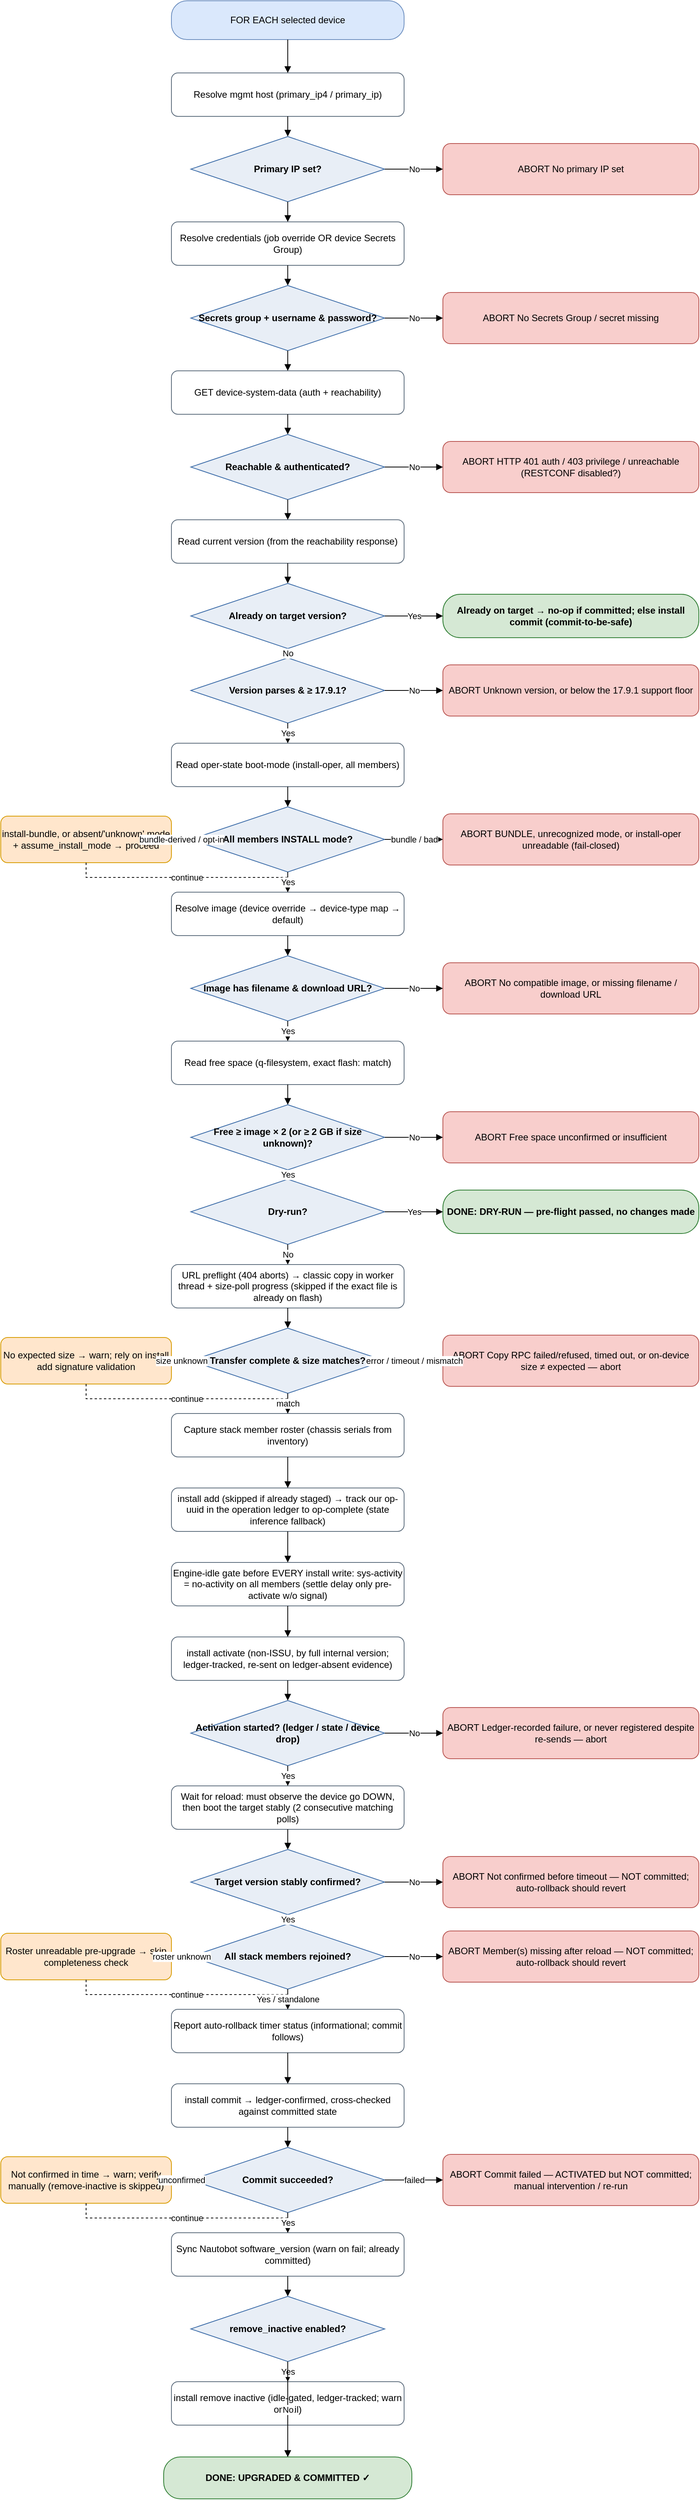
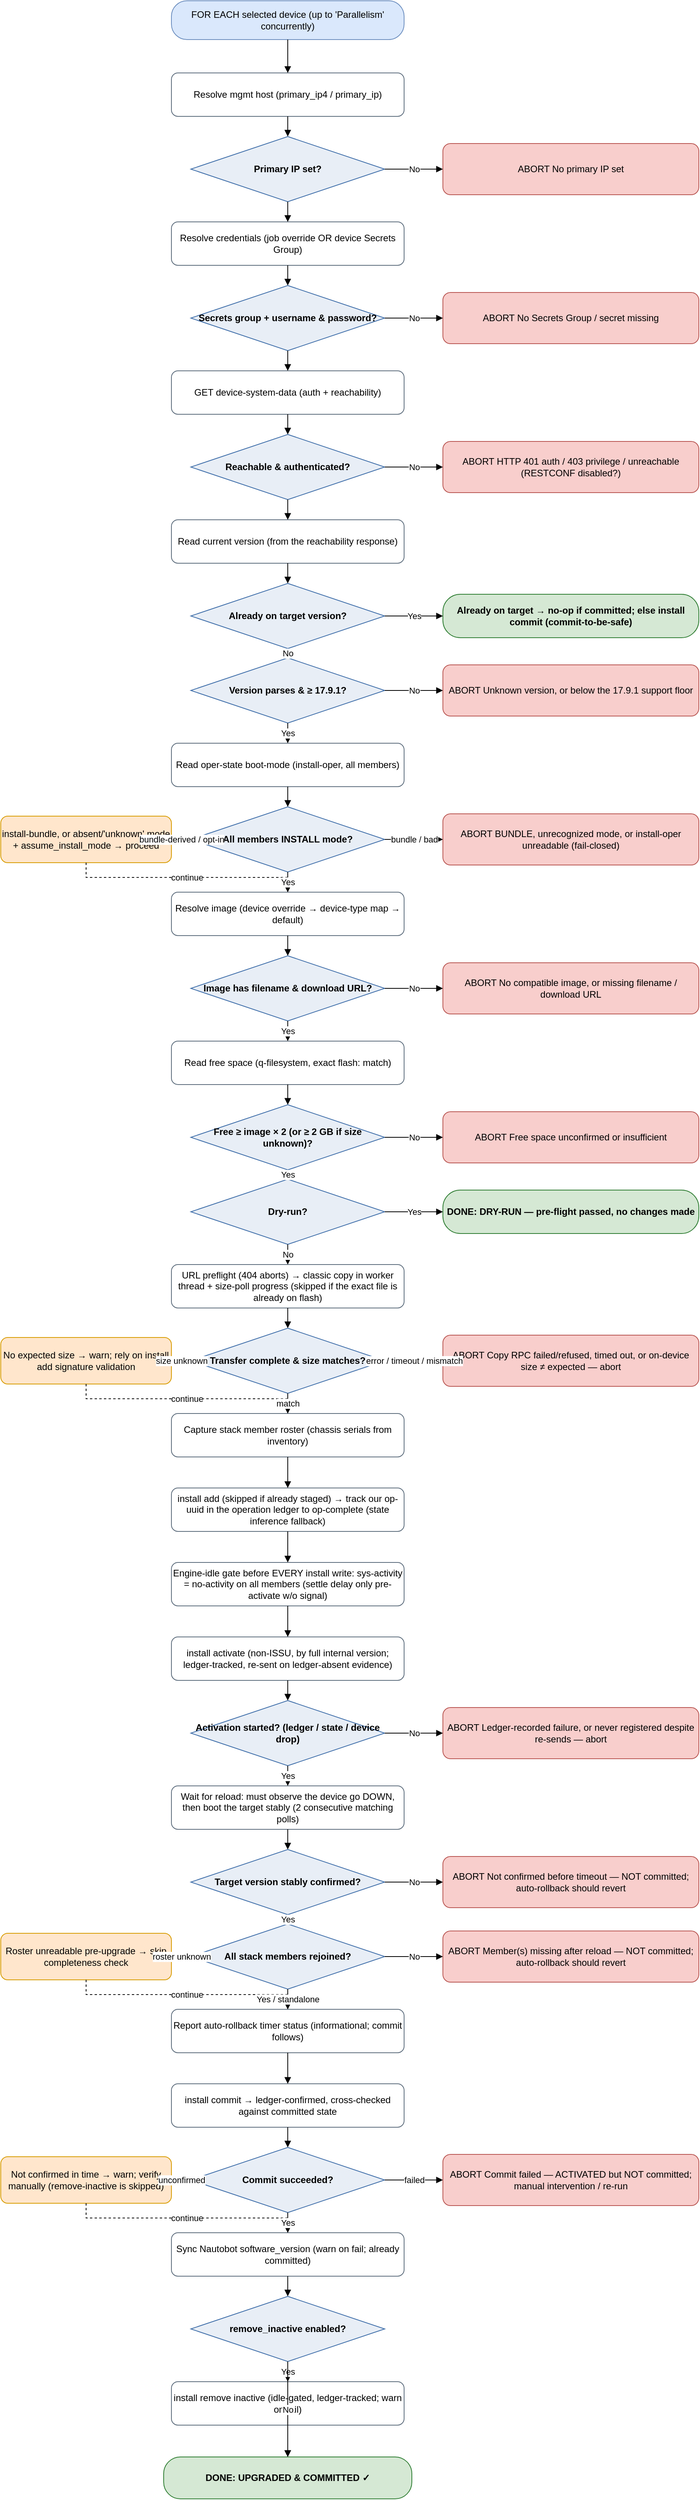
<mxfile host="app.diagrams.net" type="device">
  <diagram name="IOS-XE upgrade flow" id="iosxe-upgrade-flow">
    <mxGraphModel dx="1000" dy="2000" grid="1" gridSize="10" guides="1" tooltips="1"
        connect="1" arrows="1" fold="1" page="1" pageScale="1" math="0" shadow="0">
      <root>
        <mxCell id="0"/>
        <mxCell id="1" parent="0"/>
-         <mxCell id="start" value="FOR EACH selected device" style="rounded=1;arcSize=40;whiteSpace=wrap;html=1;fillColor=#DAE8FC;strokeColor=#6C8EBF;" vertex="1" parent="1"><mxGeometry x="250" y="31" width="300" height="50" as="geometry"/></mxCell>
+         <mxCell id="start" value="FOR EACH selected device&amp;#10;(up to &#x27;Parallelism&#x27; concurrently)" style="rounded=1;arcSize=40;whiteSpace=wrap;html=1;fillColor=#DAE8FC;strokeColor=#6C8EBF;" vertex="1" parent="1"><mxGeometry x="250" y="31" width="300" height="50" as="geometry"/></mxCell>
        <mxCell id="host" value="Resolve mgmt host&amp;#10;(primary_ip4 / primary_ip)" style="rounded=1;whiteSpace=wrap;html=1;fillColor=#FFFFFF;strokeColor=#5B6B7B;" vertex="1" parent="1"><mxGeometry x="250" y="124" width="300" height="56" as="geometry"/></mxCell>
        <mxCell id="d_ip" value="Primary IP set?" style="rhombus;whiteSpace=wrap;html=1;fillColor=#E8EEF6;strokeColor=#3C6CA8;fontStyle=1;" vertex="1" parent="1"><mxGeometry x="275" y="206" width="250" height="84" as="geometry"/></mxCell>
        <mxCell id="cred" value="Resolve credentials&amp;#10;(job override OR device Secrets Group)" style="rounded=1;whiteSpace=wrap;html=1;fillColor=#FFFFFF;strokeColor=#5B6B7B;" vertex="1" parent="1"><mxGeometry x="250" y="316" width="300" height="56" as="geometry"/></mxCell>
        <mxCell id="d_cred" value="Secrets group +&amp;#10;username &amp; password?" style="rhombus;whiteSpace=wrap;html=1;fillColor=#E8EEF6;strokeColor=#3C6CA8;fontStyle=1;" vertex="1" parent="1"><mxGeometry x="275" y="398" width="250" height="84" as="geometry"/></mxCell>
        <mxCell id="reach" value="GET device-system-data&amp;#10;(auth + reachability)" style="rounded=1;whiteSpace=wrap;html=1;fillColor=#FFFFFF;strokeColor=#5B6B7B;" vertex="1" parent="1"><mxGeometry x="250" y="508" width="300" height="56" as="geometry"/></mxCell>
        <mxCell id="d_reach" value="Reachable &amp;&amp;#10;authenticated?" style="rhombus;whiteSpace=wrap;html=1;fillColor=#E8EEF6;strokeColor=#3C6CA8;fontStyle=1;" vertex="1" parent="1"><mxGeometry x="275" y="590" width="250" height="84" as="geometry"/></mxCell>
        <mxCell id="curr" value="Read current version&amp;#10;(from the reachability response)" style="rounded=1;whiteSpace=wrap;html=1;fillColor=#FFFFFF;strokeColor=#5B6B7B;" vertex="1" parent="1"><mxGeometry x="250" y="700" width="300" height="56" as="geometry"/></mxCell>
        <mxCell id="d_target" value="Already on&amp;#10;target version?" style="rhombus;whiteSpace=wrap;html=1;fillColor=#E8EEF6;strokeColor=#3C6CA8;fontStyle=1;" vertex="1" parent="1"><mxGeometry x="275" y="782" width="250" height="84" as="geometry"/></mxCell>
        <mxCell id="d_floor" value="Version parses&amp;#10;&amp; ≥ 17.9.1?" style="rhombus;whiteSpace=wrap;html=1;fillColor=#E8EEF6;strokeColor=#3C6CA8;fontStyle=1;" vertex="1" parent="1"><mxGeometry x="275" y="878" width="250" height="84" as="geometry"/></mxCell>
        <mxCell id="mode" value="Read oper-state boot-mode&amp;#10;(install-oper, all members)" style="rounded=1;whiteSpace=wrap;html=1;fillColor=#FFFFFF;strokeColor=#5B6B7B;" vertex="1" parent="1"><mxGeometry x="250" y="988" width="300" height="56" as="geometry"/></mxCell>
        <mxCell id="d_mode" value="All members&amp;#10;INSTALL mode?" style="rhombus;whiteSpace=wrap;html=1;fillColor=#E8EEF6;strokeColor=#3C6CA8;fontStyle=1;" vertex="1" parent="1"><mxGeometry x="275" y="1070" width="250" height="84" as="geometry"/></mxCell>
        <mxCell id="img" value="Resolve image (device override →&amp;#10;device-type map → default)" style="rounded=1;whiteSpace=wrap;html=1;fillColor=#FFFFFF;strokeColor=#5B6B7B;" vertex="1" parent="1"><mxGeometry x="250" y="1180" width="300" height="56" as="geometry"/></mxCell>
        <mxCell id="d_img" value="Image has filename&amp;#10;&amp; download URL?" style="rhombus;whiteSpace=wrap;html=1;fillColor=#E8EEF6;strokeColor=#3C6CA8;fontStyle=1;" vertex="1" parent="1"><mxGeometry x="275" y="1262" width="250" height="84" as="geometry"/></mxCell>
        <mxCell id="space" value="Read free space&amp;#10;(q-filesystem, exact flash: match)" style="rounded=1;whiteSpace=wrap;html=1;fillColor=#FFFFFF;strokeColor=#5B6B7B;" vertex="1" parent="1"><mxGeometry x="250" y="1372" width="300" height="56" as="geometry"/></mxCell>
        <mxCell id="d_space" value="Free ≥ image × 2&amp;#10;(or ≥ 2 GB if size unknown)?" style="rhombus;whiteSpace=wrap;html=1;fillColor=#E8EEF6;strokeColor=#3C6CA8;fontStyle=1;" vertex="1" parent="1"><mxGeometry x="275" y="1454" width="250" height="84" as="geometry"/></mxCell>
        <mxCell id="d_dry" value="Dry-run?" style="rhombus;whiteSpace=wrap;html=1;fillColor=#E8EEF6;strokeColor=#3C6CA8;fontStyle=1;" vertex="1" parent="1"><mxGeometry x="275" y="1550" width="250" height="84" as="geometry"/></mxCell>
        <mxCell id="copy" value="URL preflight (404 aborts) → classic copy in&amp;#10;worker thread + size-poll progress&amp;#10;(skipped if the exact file is already on flash)" style="rounded=1;whiteSpace=wrap;html=1;fillColor=#FFFFFF;strokeColor=#5B6B7B;" vertex="1" parent="1"><mxGeometry x="250" y="1660" width="300" height="56" as="geometry"/></mxCell>
        <mxCell id="d_size" value="Transfer complete&amp;#10;&amp; size matches?" style="rhombus;whiteSpace=wrap;html=1;fillColor=#E8EEF6;strokeColor=#3C6CA8;fontStyle=1;" vertex="1" parent="1"><mxGeometry x="275" y="1742" width="250" height="84" as="geometry"/></mxCell>
        <mxCell id="roster" value="Capture stack member roster&amp;#10;(chassis serials from inventory)" style="rounded=1;whiteSpace=wrap;html=1;fillColor=#FFFFFF;strokeColor=#5B6B7B;" vertex="1" parent="1"><mxGeometry x="250" y="1852" width="300" height="56" as="geometry"/></mxCell>
        <mxCell id="add" value="install add (skipped if already staged) →&amp;#10;track our op-uuid in the operation ledger&amp;#10;to op-complete (state inference fallback)" style="rounded=1;whiteSpace=wrap;html=1;fillColor=#FFFFFF;strokeColor=#5B6B7B;" vertex="1" parent="1"><mxGeometry x="250" y="1948" width="300" height="56" as="geometry"/></mxCell>
        <mxCell id="idle" value="Engine-idle gate before EVERY install write:&amp;#10;sys-activity = no-activity on all members&amp;#10;(settle delay only pre-activate w/o signal)" style="rounded=1;whiteSpace=wrap;html=1;fillColor=#FFFFFF;strokeColor=#5B6B7B;" vertex="1" parent="1"><mxGeometry x="250" y="2044" width="300" height="56" as="geometry"/></mxCell>
        <mxCell id="act" value="install activate (non-ISSU, by full internal&amp;#10;version; ledger-tracked,&amp;#10;re-sent on ledger-absent evidence)" style="rounded=1;whiteSpace=wrap;html=1;fillColor=#FFFFFF;strokeColor=#5B6B7B;" vertex="1" parent="1"><mxGeometry x="250" y="2140" width="300" height="56" as="geometry"/></mxCell>
        <mxCell id="d_act" value="Activation started?&amp;#10;(ledger / state / device drop)" style="rhombus;whiteSpace=wrap;html=1;fillColor=#E8EEF6;strokeColor=#3C6CA8;fontStyle=1;" vertex="1" parent="1"><mxGeometry x="275" y="2222" width="250" height="84" as="geometry"/></mxCell>
        <mxCell id="waitc" value="Wait for reload: must observe the device&amp;#10;go DOWN, then boot the target stably&amp;#10;(2 consecutive matching polls)" style="rounded=1;whiteSpace=wrap;html=1;fillColor=#FFFFFF;strokeColor=#5B6B7B;" vertex="1" parent="1"><mxGeometry x="250" y="2332" width="300" height="56" as="geometry"/></mxCell>
        <mxCell id="d_confirm" value="Target version&amp;#10;stably confirmed?" style="rhombus;whiteSpace=wrap;html=1;fillColor=#E8EEF6;strokeColor=#3C6CA8;fontStyle=1;" vertex="1" parent="1"><mxGeometry x="275" y="2414" width="250" height="84" as="geometry"/></mxCell>
        <mxCell id="d_members" value="All stack members&amp;#10;rejoined?" style="rhombus;whiteSpace=wrap;html=1;fillColor=#E8EEF6;strokeColor=#3C6CA8;fontStyle=1;" vertex="1" parent="1"><mxGeometry x="275" y="2510" width="250" height="84" as="geometry"/></mxCell>
        <mxCell id="rollbackchk" value="Report auto-rollback timer status&amp;#10;(informational; commit follows)" style="rounded=1;whiteSpace=wrap;html=1;fillColor=#FFFFFF;strokeColor=#5B6B7B;" vertex="1" parent="1"><mxGeometry x="250" y="2620" width="300" height="56" as="geometry"/></mxCell>
        <mxCell id="commit" value="install commit → ledger-confirmed,&amp;#10;cross-checked against committed state" style="rounded=1;whiteSpace=wrap;html=1;fillColor=#FFFFFF;strokeColor=#5B6B7B;" vertex="1" parent="1"><mxGeometry x="250" y="2716" width="300" height="56" as="geometry"/></mxCell>
        <mxCell id="d_commit" value="Commit&amp;#10;succeeded?" style="rhombus;whiteSpace=wrap;html=1;fillColor=#E8EEF6;strokeColor=#3C6CA8;fontStyle=1;" vertex="1" parent="1"><mxGeometry x="275" y="2798" width="250" height="84" as="geometry"/></mxCell>
        <mxCell id="sync" value="Sync Nautobot software_version&amp;#10;(warn on fail; already committed)" style="rounded=1;whiteSpace=wrap;html=1;fillColor=#FFFFFF;strokeColor=#5B6B7B;" vertex="1" parent="1"><mxGeometry x="250" y="2908" width="300" height="56" as="geometry"/></mxCell>
        <mxCell id="d_remove" value="remove_inactive&amp;#10;enabled?" style="rhombus;whiteSpace=wrap;html=1;fillColor=#E8EEF6;strokeColor=#3C6CA8;fontStyle=1;" vertex="1" parent="1"><mxGeometry x="275" y="2990" width="250" height="84" as="geometry"/></mxCell>
        <mxCell id="remove" value="install remove inactive (idle-gated,&amp;#10;ledger-tracked; warn on fail)" style="rounded=1;whiteSpace=wrap;html=1;fillColor=#FFFFFF;strokeColor=#5B6B7B;" vertex="1" parent="1"><mxGeometry x="250" y="3100" width="300" height="56" as="geometry"/></mxCell>
        <mxCell id="ok" value="DONE: UPGRADED &amp; COMMITTED ✓" style="rounded=1;arcSize=40;whiteSpace=wrap;html=1;fillColor=#D5E8D4;strokeColor=#2E7D32;fontStyle=1;" vertex="1" parent="1"><mxGeometry x="240" y="3197" width="320" height="54" as="geometry"/></mxCell>
        <mxCell id="d_ip_abort" value="ABORT&amp;#10;No primary IP set" style="rounded=1;whiteSpace=wrap;html=1;fillColor=#F8CECC;strokeColor=#B85450;" vertex="1" parent="1"><mxGeometry x="600" y="215" width="330" height="66" as="geometry"/></mxCell>
        <mxCell id="d_cred_abort" value="ABORT&amp;#10;No Secrets Group / secret missing" style="rounded=1;whiteSpace=wrap;html=1;fillColor=#F8CECC;strokeColor=#B85450;" vertex="1" parent="1"><mxGeometry x="600" y="407" width="330" height="66" as="geometry"/></mxCell>
        <mxCell id="d_reach_abort" value="ABORT&amp;#10;HTTP 401 auth / 403 privilege /&amp;#10;unreachable (RESTCONF disabled?)" style="rounded=1;whiteSpace=wrap;html=1;fillColor=#F8CECC;strokeColor=#B85450;" vertex="1" parent="1"><mxGeometry x="600" y="599" width="330" height="66" as="geometry"/></mxCell>
        <mxCell id="d_target_ok" value="Already on target → no-op if committed;&amp;#10;else install commit (commit-to-be-safe)" style="rounded=1;arcSize=40;whiteSpace=wrap;html=1;fillColor=#D5E8D4;strokeColor=#2E7D32;fontStyle=1;" vertex="1" parent="1"><mxGeometry x="600" y="796" width="330" height="56" as="geometry"/></mxCell>
        <mxCell id="d_floor_abort" value="ABORT&amp;#10;Unknown version, or below the&amp;#10;17.9.1 support floor" style="rounded=1;whiteSpace=wrap;html=1;fillColor=#F8CECC;strokeColor=#B85450;" vertex="1" parent="1"><mxGeometry x="600" y="887" width="330" height="66" as="geometry"/></mxCell>
        <mxCell id="d_mode_abort" value="ABORT&amp;#10;BUNDLE, unrecognized mode, or&amp;#10;install-oper unreadable (fail-closed)" style="rounded=1;whiteSpace=wrap;html=1;fillColor=#F8CECC;strokeColor=#B85450;" vertex="1" parent="1"><mxGeometry x="600" y="1079" width="330" height="66" as="geometry"/></mxCell>
        <mxCell id="d_mode_warn" value="install-bundle, or absent/&#x27;unknown&#x27;&amp;#10;mode + assume_install_mode → proceed" style="rounded=1;whiteSpace=wrap;html=1;fillColor=#FFE6CC;strokeColor=#D79B00;" vertex="1" parent="1"><mxGeometry x="30" y="1082" width="220" height="60" as="geometry"/></mxCell>
        <mxCell id="d_img_abort" value="ABORT&amp;#10;No compatible image, or missing&amp;#10;filename / download URL" style="rounded=1;whiteSpace=wrap;html=1;fillColor=#F8CECC;strokeColor=#B85450;" vertex="1" parent="1"><mxGeometry x="600" y="1271" width="330" height="66" as="geometry"/></mxCell>
        <mxCell id="d_space_abort" value="ABORT&amp;#10;Free space unconfirmed or&amp;#10;insufficient" style="rounded=1;whiteSpace=wrap;html=1;fillColor=#F8CECC;strokeColor=#B85450;" vertex="1" parent="1"><mxGeometry x="600" y="1463" width="330" height="66" as="geometry"/></mxCell>
        <mxCell id="d_dry_ok" value="DONE: DRY-RUN — pre-flight&amp;#10;passed, no changes made" style="rounded=1;arcSize=40;whiteSpace=wrap;html=1;fillColor=#D5E8D4;strokeColor=#2E7D32;fontStyle=1;" vertex="1" parent="1"><mxGeometry x="600" y="1564" width="330" height="56" as="geometry"/></mxCell>
        <mxCell id="d_size_abort" value="ABORT&amp;#10;Copy RPC failed/refused, timed out,&amp;#10;or on-device size ≠ expected — abort" style="rounded=1;whiteSpace=wrap;html=1;fillColor=#F8CECC;strokeColor=#B85450;" vertex="1" parent="1"><mxGeometry x="600" y="1751" width="330" height="66" as="geometry"/></mxCell>
        <mxCell id="d_size_warn" value="No expected size → warn; rely on&amp;#10;install add signature validation" style="rounded=1;whiteSpace=wrap;html=1;fillColor=#FFE6CC;strokeColor=#D79B00;" vertex="1" parent="1"><mxGeometry x="30" y="1754" width="220" height="60" as="geometry"/></mxCell>
        <mxCell id="d_act_abort" value="ABORT&amp;#10;Ledger-recorded failure, or never&amp;#10;registered despite re-sends — abort" style="rounded=1;whiteSpace=wrap;html=1;fillColor=#F8CECC;strokeColor=#B85450;" vertex="1" parent="1"><mxGeometry x="600" y="2231" width="330" height="66" as="geometry"/></mxCell>
        <mxCell id="d_confirm_abort" value="ABORT&amp;#10;Not confirmed before timeout — NOT&amp;#10;committed; auto-rollback should revert" style="rounded=1;whiteSpace=wrap;html=1;fillColor=#F8CECC;strokeColor=#B85450;" vertex="1" parent="1"><mxGeometry x="600" y="2423" width="330" height="66" as="geometry"/></mxCell>
        <mxCell id="d_members_abort" value="ABORT&amp;#10;Member(s) missing after reload — NOT&amp;#10;committed; auto-rollback should revert" style="rounded=1;whiteSpace=wrap;html=1;fillColor=#F8CECC;strokeColor=#B85450;" vertex="1" parent="1"><mxGeometry x="600" y="2519" width="330" height="66" as="geometry"/></mxCell>
        <mxCell id="d_members_warn" value="Roster unreadable pre-upgrade →&amp;#10;skip completeness check" style="rounded=1;whiteSpace=wrap;html=1;fillColor=#FFE6CC;strokeColor=#D79B00;" vertex="1" parent="1"><mxGeometry x="30" y="2522" width="220" height="60" as="geometry"/></mxCell>
        <mxCell id="d_commit_abort" value="ABORT&amp;#10;Commit failed — ACTIVATED but NOT&amp;#10;committed; manual intervention / re-run" style="rounded=1;whiteSpace=wrap;html=1;fillColor=#F8CECC;strokeColor=#B85450;" vertex="1" parent="1"><mxGeometry x="600" y="2807" width="330" height="66" as="geometry"/></mxCell>
        <mxCell id="d_commit_warn" value="Not confirmed in time → warn;&amp;#10;verify manually (remove-inactive&amp;#10;is skipped)" style="rounded=1;whiteSpace=wrap;html=1;fillColor=#FFE6CC;strokeColor=#D79B00;" vertex="1" parent="1"><mxGeometry x="30" y="2810" width="220" height="60" as="geometry"/></mxCell>
        <mxCell id="e_d_ip_abort" value="No" style="edgeStyle=orthogonalEdgeStyle;rounded=0;html=1;endArrow=block;" edge="1" parent="1" source="d_ip" target="d_ip_abort"><mxGeometry relative="1" as="geometry"/></mxCell>
        <mxCell id="e_d_cred_abort" value="No" style="edgeStyle=orthogonalEdgeStyle;rounded=0;html=1;endArrow=block;" edge="1" parent="1" source="d_cred" target="d_cred_abort"><mxGeometry relative="1" as="geometry"/></mxCell>
        <mxCell id="e_d_reach_abort" value="No" style="edgeStyle=orthogonalEdgeStyle;rounded=0;html=1;endArrow=block;" edge="1" parent="1" source="d_reach" target="d_reach_abort"><mxGeometry relative="1" as="geometry"/></mxCell>
        <mxCell id="e_d_target_ok" value="Yes" style="edgeStyle=orthogonalEdgeStyle;rounded=0;html=1;endArrow=block;" edge="1" parent="1" source="d_target" target="d_target_ok"><mxGeometry relative="1" as="geometry"/></mxCell>
        <mxCell id="e_d_floor_abort" value="No" style="edgeStyle=orthogonalEdgeStyle;rounded=0;html=1;endArrow=block;" edge="1" parent="1" source="d_floor" target="d_floor_abort"><mxGeometry relative="1" as="geometry"/></mxCell>
        <mxCell id="e_d_mode_abort" value="bundle / bad" style="edgeStyle=orthogonalEdgeStyle;rounded=0;html=1;endArrow=block;" edge="1" parent="1" source="d_mode" target="d_mode_abort"><mxGeometry relative="1" as="geometry"/></mxCell>
        <mxCell id="e_d_mode_warn" value="bundle-derived /
opt-in" style="edgeStyle=orthogonalEdgeStyle;rounded=0;html=1;endArrow=block;" edge="1" parent="1" source="d_mode" target="d_mode_warn"><mxGeometry relative="1" as="geometry"/></mxCell>
        <mxCell id="e_d_mode_warn_join" value="continue" style="edgeStyle=orthogonalEdgeStyle;rounded=0;html=1;endArrow=block;dashed=1;" edge="1" parent="1" source="d_mode_warn" target="img"><mxGeometry relative="1" as="geometry"/></mxCell>
        <mxCell id="e_d_img_abort" value="No" style="edgeStyle=orthogonalEdgeStyle;rounded=0;html=1;endArrow=block;" edge="1" parent="1" source="d_img" target="d_img_abort"><mxGeometry relative="1" as="geometry"/></mxCell>
        <mxCell id="e_d_space_abort" value="No" style="edgeStyle=orthogonalEdgeStyle;rounded=0;html=1;endArrow=block;" edge="1" parent="1" source="d_space" target="d_space_abort"><mxGeometry relative="1" as="geometry"/></mxCell>
        <mxCell id="e_d_dry_ok" value="Yes" style="edgeStyle=orthogonalEdgeStyle;rounded=0;html=1;endArrow=block;" edge="1" parent="1" source="d_dry" target="d_dry_ok"><mxGeometry relative="1" as="geometry"/></mxCell>
        <mxCell id="e_d_size_abort" value="error / timeout /
mismatch" style="edgeStyle=orthogonalEdgeStyle;rounded=0;html=1;endArrow=block;" edge="1" parent="1" source="d_size" target="d_size_abort"><mxGeometry relative="1" as="geometry"/></mxCell>
        <mxCell id="e_d_size_warn" value="size unknown" style="edgeStyle=orthogonalEdgeStyle;rounded=0;html=1;endArrow=block;" edge="1" parent="1" source="d_size" target="d_size_warn"><mxGeometry relative="1" as="geometry"/></mxCell>
        <mxCell id="e_d_size_warn_join" value="continue" style="edgeStyle=orthogonalEdgeStyle;rounded=0;html=1;endArrow=block;dashed=1;" edge="1" parent="1" source="d_size_warn" target="roster"><mxGeometry relative="1" as="geometry"/></mxCell>
        <mxCell id="e_d_act_abort" value="No" style="edgeStyle=orthogonalEdgeStyle;rounded=0;html=1;endArrow=block;" edge="1" parent="1" source="d_act" target="d_act_abort"><mxGeometry relative="1" as="geometry"/></mxCell>
        <mxCell id="e_d_confirm_abort" value="No" style="edgeStyle=orthogonalEdgeStyle;rounded=0;html=1;endArrow=block;" edge="1" parent="1" source="d_confirm" target="d_confirm_abort"><mxGeometry relative="1" as="geometry"/></mxCell>
        <mxCell id="e_d_members_abort" value="No" style="edgeStyle=orthogonalEdgeStyle;rounded=0;html=1;endArrow=block;" edge="1" parent="1" source="d_members" target="d_members_abort"><mxGeometry relative="1" as="geometry"/></mxCell>
        <mxCell id="e_d_members_warn" value="roster unknown" style="edgeStyle=orthogonalEdgeStyle;rounded=0;html=1;endArrow=block;" edge="1" parent="1" source="d_members" target="d_members_warn"><mxGeometry relative="1" as="geometry"/></mxCell>
        <mxCell id="e_d_members_warn_join" value="continue" style="edgeStyle=orthogonalEdgeStyle;rounded=0;html=1;endArrow=block;dashed=1;" edge="1" parent="1" source="d_members_warn" target="rollbackchk"><mxGeometry relative="1" as="geometry"/></mxCell>
        <mxCell id="e_d_commit_abort" value="failed" style="edgeStyle=orthogonalEdgeStyle;rounded=0;html=1;endArrow=block;" edge="1" parent="1" source="d_commit" target="d_commit_abort"><mxGeometry relative="1" as="geometry"/></mxCell>
        <mxCell id="e_d_commit_warn" value="unconfirmed" style="edgeStyle=orthogonalEdgeStyle;rounded=0;html=1;endArrow=block;" edge="1" parent="1" source="d_commit" target="d_commit_warn"><mxGeometry relative="1" as="geometry"/></mxCell>
        <mxCell id="e_d_commit_warn_join" value="continue" style="edgeStyle=orthogonalEdgeStyle;rounded=0;html=1;endArrow=block;dashed=1;" edge="1" parent="1" source="d_commit_warn" target="sync"><mxGeometry relative="1" as="geometry"/></mxCell>
        <mxCell id="e_start_host" value="" style="edgeStyle=orthogonalEdgeStyle;rounded=0;html=1;endArrow=block;" edge="1" parent="1" source="start" target="host"><mxGeometry relative="1" as="geometry"/></mxCell>
        <mxCell id="e_host_d_ip" value="" style="edgeStyle=orthogonalEdgeStyle;rounded=0;html=1;endArrow=block;" edge="1" parent="1" source="host" target="d_ip"><mxGeometry relative="1" as="geometry"/></mxCell>
        <mxCell id="e_d_ip_cred" value="" style="edgeStyle=orthogonalEdgeStyle;rounded=0;html=1;endArrow=block;" edge="1" parent="1" source="d_ip" target="cred"><mxGeometry relative="1" as="geometry"/></mxCell>
        <mxCell id="e_cred_d_cred" value="" style="edgeStyle=orthogonalEdgeStyle;rounded=0;html=1;endArrow=block;" edge="1" parent="1" source="cred" target="d_cred"><mxGeometry relative="1" as="geometry"/></mxCell>
        <mxCell id="e_d_cred_reach" value="" style="edgeStyle=orthogonalEdgeStyle;rounded=0;html=1;endArrow=block;" edge="1" parent="1" source="d_cred" target="reach"><mxGeometry relative="1" as="geometry"/></mxCell>
        <mxCell id="e_reach_d_reach" value="" style="edgeStyle=orthogonalEdgeStyle;rounded=0;html=1;endArrow=block;" edge="1" parent="1" source="reach" target="d_reach"><mxGeometry relative="1" as="geometry"/></mxCell>
        <mxCell id="e_d_reach_curr" value="" style="edgeStyle=orthogonalEdgeStyle;rounded=0;html=1;endArrow=block;" edge="1" parent="1" source="d_reach" target="curr"><mxGeometry relative="1" as="geometry"/></mxCell>
        <mxCell id="e_curr_d_target" value="" style="edgeStyle=orthogonalEdgeStyle;rounded=0;html=1;endArrow=block;" edge="1" parent="1" source="curr" target="d_target"><mxGeometry relative="1" as="geometry"/></mxCell>
        <mxCell id="e_d_target_d_floor" value="No" style="edgeStyle=orthogonalEdgeStyle;rounded=0;html=1;endArrow=block;" edge="1" parent="1" source="d_target" target="d_floor"><mxGeometry relative="1" as="geometry"/></mxCell>
        <mxCell id="e_d_floor_mode" value="Yes" style="edgeStyle=orthogonalEdgeStyle;rounded=0;html=1;endArrow=block;" edge="1" parent="1" source="d_floor" target="mode"><mxGeometry relative="1" as="geometry"/></mxCell>
        <mxCell id="e_mode_d_mode" value="" style="edgeStyle=orthogonalEdgeStyle;rounded=0;html=1;endArrow=block;" edge="1" parent="1" source="mode" target="d_mode"><mxGeometry relative="1" as="geometry"/></mxCell>
        <mxCell id="e_d_mode_img" value="Yes" style="edgeStyle=orthogonalEdgeStyle;rounded=0;html=1;endArrow=block;" edge="1" parent="1" source="d_mode" target="img"><mxGeometry relative="1" as="geometry"/></mxCell>
        <mxCell id="e_img_d_img" value="" style="edgeStyle=orthogonalEdgeStyle;rounded=0;html=1;endArrow=block;" edge="1" parent="1" source="img" target="d_img"><mxGeometry relative="1" as="geometry"/></mxCell>
        <mxCell id="e_d_img_space" value="Yes" style="edgeStyle=orthogonalEdgeStyle;rounded=0;html=1;endArrow=block;" edge="1" parent="1" source="d_img" target="space"><mxGeometry relative="1" as="geometry"/></mxCell>
        <mxCell id="e_space_d_space" value="" style="edgeStyle=orthogonalEdgeStyle;rounded=0;html=1;endArrow=block;" edge="1" parent="1" source="space" target="d_space"><mxGeometry relative="1" as="geometry"/></mxCell>
        <mxCell id="e_d_space_d_dry" value="Yes" style="edgeStyle=orthogonalEdgeStyle;rounded=0;html=1;endArrow=block;" edge="1" parent="1" source="d_space" target="d_dry"><mxGeometry relative="1" as="geometry"/></mxCell>
        <mxCell id="e_d_dry_copy" value="No" style="edgeStyle=orthogonalEdgeStyle;rounded=0;html=1;endArrow=block;" edge="1" parent="1" source="d_dry" target="copy"><mxGeometry relative="1" as="geometry"/></mxCell>
        <mxCell id="e_copy_d_size" value="" style="edgeStyle=orthogonalEdgeStyle;rounded=0;html=1;endArrow=block;" edge="1" parent="1" source="copy" target="d_size"><mxGeometry relative="1" as="geometry"/></mxCell>
        <mxCell id="e_d_size_roster" value="match" style="edgeStyle=orthogonalEdgeStyle;rounded=0;html=1;endArrow=block;" edge="1" parent="1" source="d_size" target="roster"><mxGeometry relative="1" as="geometry"/></mxCell>
        <mxCell id="e_roster_add" value="" style="edgeStyle=orthogonalEdgeStyle;rounded=0;html=1;endArrow=block;" edge="1" parent="1" source="roster" target="add"><mxGeometry relative="1" as="geometry"/></mxCell>
        <mxCell id="e_add_idle" value="" style="edgeStyle=orthogonalEdgeStyle;rounded=0;html=1;endArrow=block;" edge="1" parent="1" source="add" target="idle"><mxGeometry relative="1" as="geometry"/></mxCell>
        <mxCell id="e_idle_act" value="" style="edgeStyle=orthogonalEdgeStyle;rounded=0;html=1;endArrow=block;" edge="1" parent="1" source="idle" target="act"><mxGeometry relative="1" as="geometry"/></mxCell>
        <mxCell id="e_act_d_act" value="" style="edgeStyle=orthogonalEdgeStyle;rounded=0;html=1;endArrow=block;" edge="1" parent="1" source="act" target="d_act"><mxGeometry relative="1" as="geometry"/></mxCell>
        <mxCell id="e_d_act_waitc" value="Yes" style="edgeStyle=orthogonalEdgeStyle;rounded=0;html=1;endArrow=block;" edge="1" parent="1" source="d_act" target="waitc"><mxGeometry relative="1" as="geometry"/></mxCell>
        <mxCell id="e_waitc_d_confirm" value="" style="edgeStyle=orthogonalEdgeStyle;rounded=0;html=1;endArrow=block;" edge="1" parent="1" source="waitc" target="d_confirm"><mxGeometry relative="1" as="geometry"/></mxCell>
        <mxCell id="e_d_confirm_d_members" value="Yes" style="edgeStyle=orthogonalEdgeStyle;rounded=0;html=1;endArrow=block;" edge="1" parent="1" source="d_confirm" target="d_members"><mxGeometry relative="1" as="geometry"/></mxCell>
        <mxCell id="e_d_members_rollbackchk" value="Yes / standalone" style="edgeStyle=orthogonalEdgeStyle;rounded=0;html=1;endArrow=block;" edge="1" parent="1" source="d_members" target="rollbackchk"><mxGeometry relative="1" as="geometry"/></mxCell>
        <mxCell id="e_rollbackchk_commit" value="" style="edgeStyle=orthogonalEdgeStyle;rounded=0;html=1;endArrow=block;" edge="1" parent="1" source="rollbackchk" target="commit"><mxGeometry relative="1" as="geometry"/></mxCell>
        <mxCell id="e_commit_d_commit" value="" style="edgeStyle=orthogonalEdgeStyle;rounded=0;html=1;endArrow=block;" edge="1" parent="1" source="commit" target="d_commit"><mxGeometry relative="1" as="geometry"/></mxCell>
        <mxCell id="e_d_commit_sync" value="Yes" style="edgeStyle=orthogonalEdgeStyle;rounded=0;html=1;endArrow=block;" edge="1" parent="1" source="d_commit" target="sync"><mxGeometry relative="1" as="geometry"/></mxCell>
        <mxCell id="e_sync_d_remove" value="" style="edgeStyle=orthogonalEdgeStyle;rounded=0;html=1;endArrow=block;" edge="1" parent="1" source="sync" target="d_remove"><mxGeometry relative="1" as="geometry"/></mxCell>
        <mxCell id="e_remove_yes" value="Yes" style="edgeStyle=orthogonalEdgeStyle;rounded=0;html=1;endArrow=block;" edge="1" parent="1" source="d_remove" target="remove"><mxGeometry relative="1" as="geometry"/></mxCell>
        <mxCell id="e_remove_ok" value="" style="edgeStyle=orthogonalEdgeStyle;rounded=0;html=1;endArrow=block;" edge="1" parent="1" source="remove" target="ok"><mxGeometry relative="1" as="geometry"/></mxCell>
        <mxCell id="e_remove_no" value="No" style="edgeStyle=orthogonalEdgeStyle;rounded=0;html=1;endArrow=block;" edge="1" parent="1" source="d_remove" target="ok"><mxGeometry relative="1" as="geometry"/></mxCell>
      </root>
    </mxGraphModel>
  </diagram>
</mxfile>
